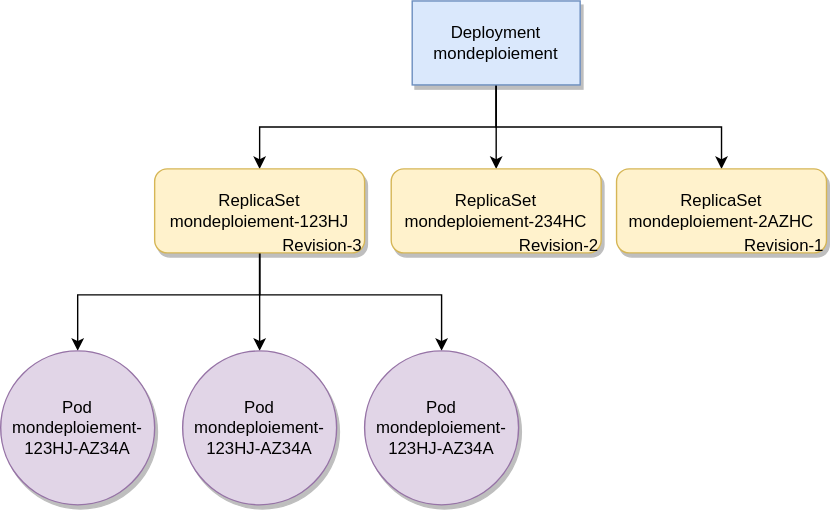
The draw.io diagram images/Deployment.svg in obeyler/Formation-K8S, before a commit. Source tidied: cells renumbered, new cells last; positions are measured from the earlier drawing's top-left corner, leaving out a move shared by most shapes.
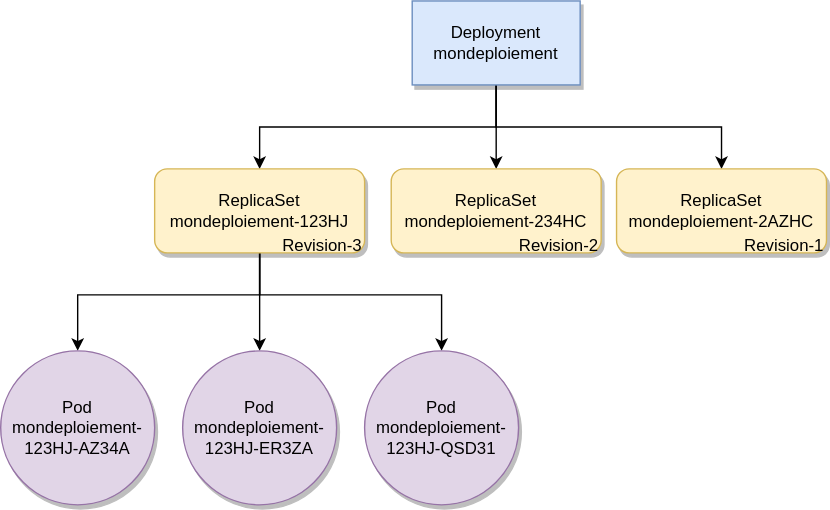
After the change.

The edit, as a diff of the source:
```diff
@@ -45,10 +45,10 @@
     <mxCell id="12" value="ReplicaSet&lt;br&gt;mondeploiement-2AZHC" style="rounded=1;whiteSpace=wrap;html=1;fillColor=#fff2cc;strokeColor=#d6b656;shadow=1;" parent="1" vertex="1">
       <mxGeometry x="440" y="120" width="150" height="60" as="geometry" />
     </mxCell>
-    <mxCell id="13" value="Pod&lt;br&gt;mondeploiement-123HJ-AZ34A" style="ellipse;whiteSpace=wrap;html=1;fillColor=#e1d5e7;strokeColor=#9673a6;shadow=1;" parent="1" vertex="1">
+    <mxCell id="13" value="Pod&lt;br&gt;mondeploiement-123HJ-ER3ZA" style="ellipse;whiteSpace=wrap;html=1;fillColor=#e1d5e7;strokeColor=#9673a6;shadow=1;" parent="1" vertex="1">
       <mxGeometry x="130" y="250" width="110" height="110" as="geometry" />
     </mxCell>
-    <mxCell id="14" value="Pod&lt;br&gt;mondeploiement-123HJ-AZ34A" style="ellipse;whiteSpace=wrap;html=1;fillColor=#e1d5e7;strokeColor=#9673a6;shadow=1;" parent="1" vertex="1">
+    <mxCell id="14" value="Pod&lt;br&gt;mondeploiement-123HJ-QSD31" style="ellipse;whiteSpace=wrap;html=1;fillColor=#e1d5e7;strokeColor=#9673a6;shadow=1;" parent="1" vertex="1">
       <mxGeometry x="260" y="250" width="110" height="110" as="geometry" />
     </mxCell>
     <mxCell id="15" value="Revision-3" style="text;html=1;strokeColor=none;fillColor=none;align=center;verticalAlign=middle;whiteSpace=wrap;rounded=0;" parent="1" vertex="1">
```
